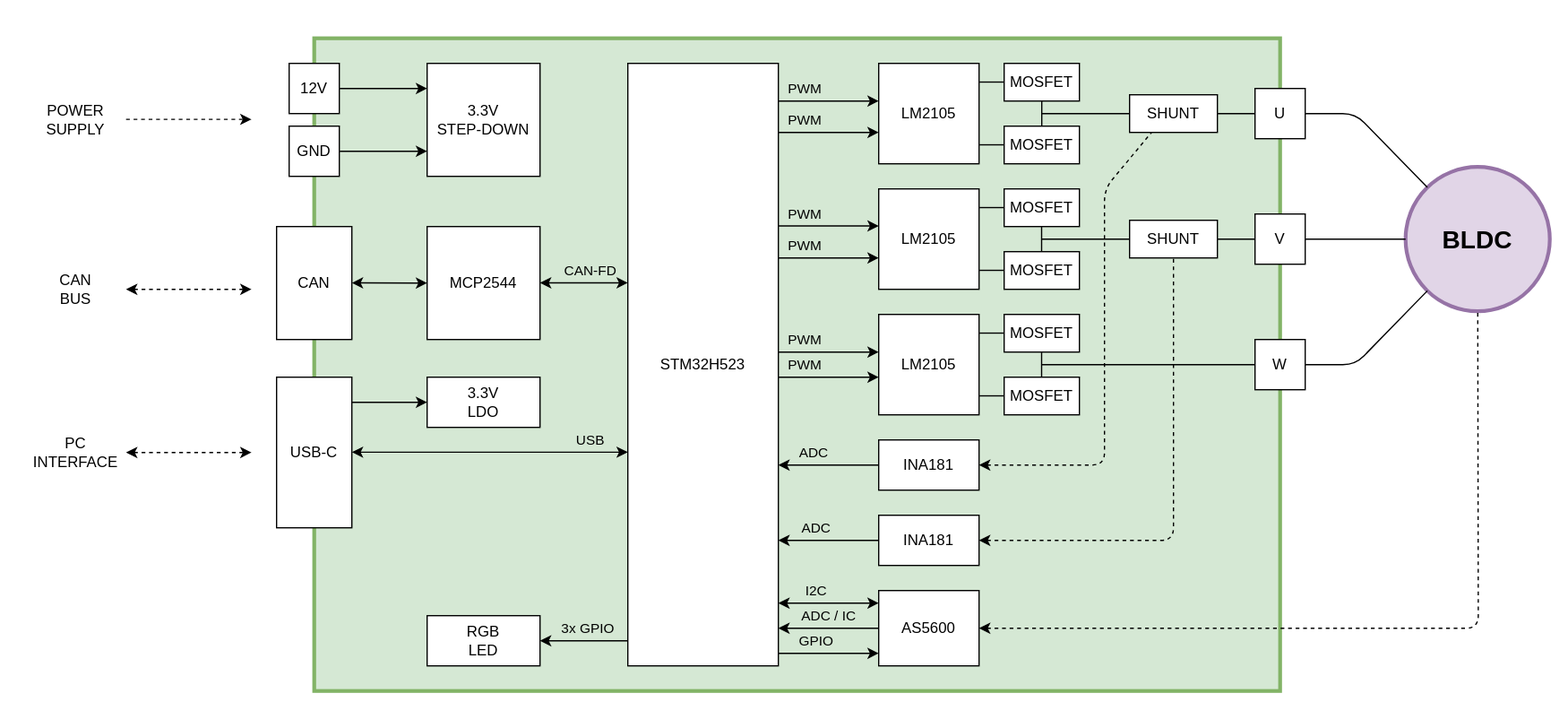
Eryk-Mozdzen/focus keeps this draw.io diagram as docs/overview.drawio.svg. Above is the earlier version. Source tidied: cells renumbered, new cells last; positions are measured from the earlier drawing's top-left corner, leaving out a move shared by most shapes.
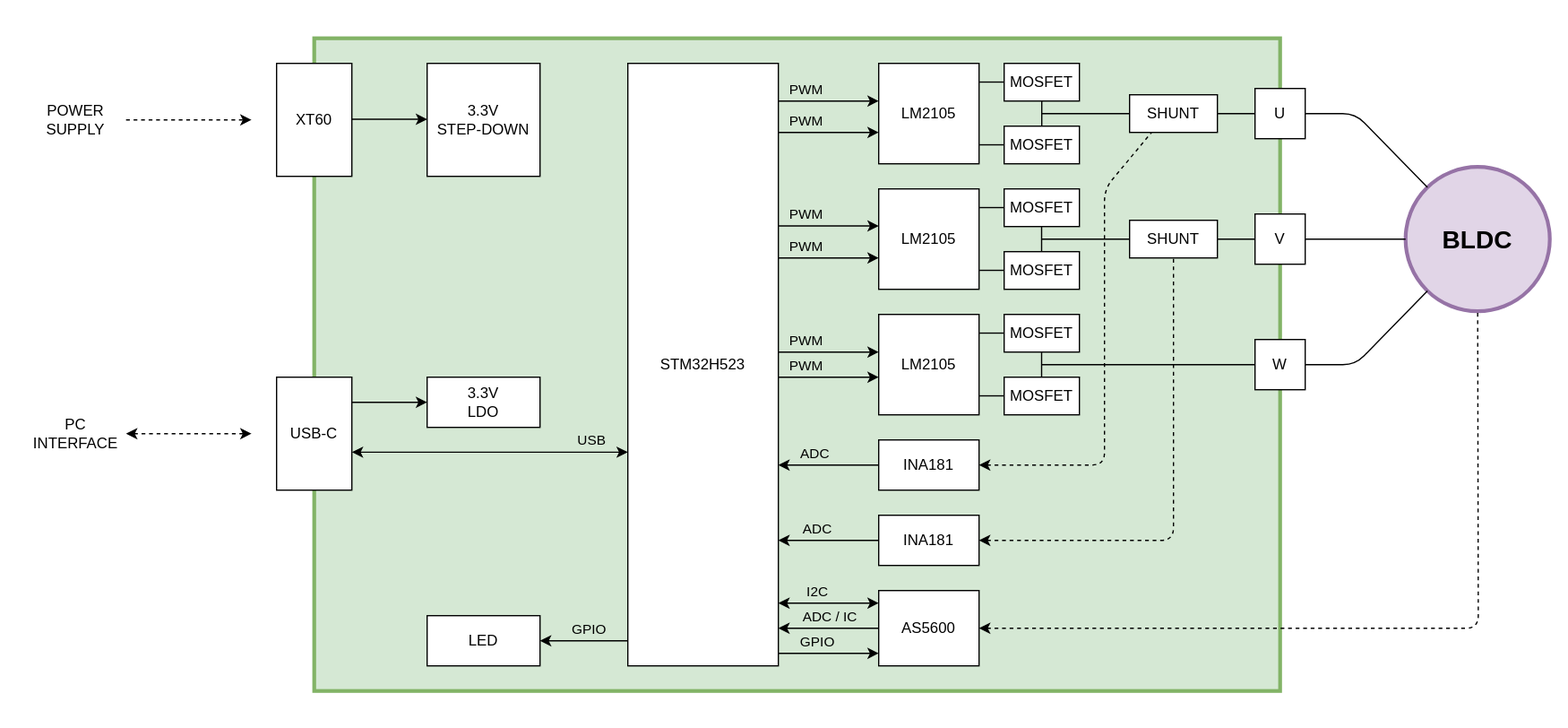
Above is the later version.

What changed in the source:
```diff
@@ -51,20 +51,14 @@
       <mxGeometry x="700" y="410" width="80" height="40" as="geometry" />
     </mxCell>
     <mxCell id="18" value="USB-C" style="rounded=0;whiteSpace=wrap;html=1;" parent="1" vertex="1">
-      <mxGeometry x="220" y="300" width="60" height="120" as="geometry" />
+      <mxGeometry x="220" y="300" width="60" height="90" as="geometry" />
     </mxCell>
-    <mxCell id="19" value="CAN" style="rounded=0;whiteSpace=wrap;html=1;" parent="1" vertex="1">
-      <mxGeometry x="220" y="180" width="60" height="90" as="geometry" />
-    </mxCell>
     <mxCell id="20" value="AS5600" style="rounded=0;whiteSpace=wrap;html=1;" parent="1" vertex="1">
       <mxGeometry x="700" y="470" width="80" height="60" as="geometry" />
     </mxCell>
     <mxCell id="21" value="BLDC" style="ellipse;whiteSpace=wrap;html=1;strokeWidth=3;fillColor=#e1d5e7;strokeColor=#9673a6;fontSize=20;fontStyle=1;" parent="1" vertex="1">
       <mxGeometry x="1120" y="132.5" width="115" height="115" as="geometry" />
     </mxCell>
-    <mxCell id="22" value="MCP2544" style="rounded=0;whiteSpace=wrap;html=1;" parent="1" vertex="1">
-      <mxGeometry x="340" y="180" width="90" height="90" as="geometry" />
-    </mxCell>
     <mxCell id="23" value="3.3V&lt;br&gt;LDO" style="rounded=0;whiteSpace=wrap;html=1;" parent="1" vertex="1">
       <mxGeometry x="340" y="300" width="90" height="40" as="geometry" />
     </mxCell>
@@ -112,13 +106,10 @@
     <mxCell id="33" value="W" style="rounded=0;whiteSpace=wrap;html=1;" parent="1" vertex="1">
       <mxGeometry x="1000" y="270" width="40" height="40" as="geometry" />
     </mxCell>
-    <mxCell id="34" value="12V" style="rounded=0;whiteSpace=wrap;html=1;" parent="1" vertex="1">
-      <mxGeometry x="230" y="50" width="40" height="40" as="geometry" />
+    <mxCell id="34" value="XT60" style="rounded=0;whiteSpace=wrap;html=1;" parent="1" vertex="1">
+      <mxGeometry x="220" y="50" width="60" height="90" as="geometry" />
     </mxCell>
-    <mxCell id="35" value="GND" style="rounded=0;whiteSpace=wrap;html=1;" parent="1" vertex="1">
-      <mxGeometry x="230" y="100" width="40" height="40" as="geometry" />
-    </mxCell>
-    <mxCell id="36" value="RGB&lt;br&gt;LED" style="rounded=0;whiteSpace=wrap;html=1;" parent="1" vertex="1">
+    <mxCell id="36" value="LED" style="rounded=0;whiteSpace=wrap;html=1;" parent="1" vertex="1">
       <mxGeometry x="340" y="490" width="90" height="40" as="geometry" />
     </mxCell>
     <mxCell id="37" style="endArrow=classic;html=1;endFill=1;" parent="1" edge="1">
@@ -208,23 +199,6 @@
         <mxPoint x="800" y="64.9" as="targetPoint" />
       </mxGeometry>
     </mxCell>
-    <mxCell id="52" style="endArrow=classic;startArrow=classic;html=1;" parent="1" edge="1">
-      <mxGeometry relative="1" as="geometry">
-        <mxPoint x="430" y="224.8" as="sourcePoint" />
-        <mxPoint x="500" y="224.8" as="targetPoint" />
-      </mxGeometry>
-    </mxCell>
-    <mxCell id="53" value="CAN-FD" style="edgeLabel;html=1;align=center;verticalAlign=middle;labelBackgroundColor=none;" parent="52" vertex="1">
-      <mxGeometry x="-0.18" y="1" relative="1" as="geometry">
-        <mxPoint x="11" y="-9" as="offset" />
-      </mxGeometry>
-    </mxCell>
-    <mxCell id="54" style="endArrow=classic;startArrow=classic;html=1;" parent="1" edge="1">
-      <mxGeometry relative="1" as="geometry">
-        <mxPoint x="280" y="224.9" as="sourcePoint" />
-        <mxPoint x="340" y="225" as="targetPoint" />
-      </mxGeometry>
-    </mxCell>
     <mxCell id="55" style="endArrow=classic;html=1;startArrow=classic;startFill=1;" parent="1" edge="1">
       <mxGeometry relative="1" as="geometry">
         <mxPoint x="500" y="359.8" as="sourcePoint" />
@@ -241,7 +215,7 @@
         <mxPoint x="500" y="510" as="sourcePoint" />
       </mxGeometry>
     </mxCell>
-    <mxCell id="58" value="3x GPIO" style="edgeLabel;html=1;align=center;verticalAlign=middle;labelBackgroundColor=none;" parent="57" vertex="1">
+    <mxCell id="58" value="GPIO" style="edgeLabel;html=1;align=center;verticalAlign=middle;labelBackgroundColor=none;" parent="57" vertex="1">
       <mxGeometry x="-0.08" relative="1" as="geometry">
         <mxPoint y="-10" as="offset" />
       </mxGeometry>
@@ -363,41 +337,26 @@
     </mxCell>
     <mxCell id="79" style="endArrow=classic;html=1;dashed=1;startArrow=classic;startFill=1;" parent="1" edge="1">
       <mxGeometry relative="1" as="geometry">
-        <mxPoint x="100" y="360" as="sourcePoint" />
-        <mxPoint x="200" y="360" as="targetPoint" />
+        <mxPoint x="100" y="345" as="sourcePoint" />
+        <mxPoint x="200" y="345" as="targetPoint" />
       </mxGeometry>
     </mxCell>
-    <mxCell id="80" style="endArrow=classic;html=1;dashed=1;startArrow=classic;startFill=1;" parent="1" edge="1">
-      <mxGeometry relative="1" as="geometry">
-        <mxPoint x="100" y="230" as="sourcePoint" />
-        <mxPoint x="200" y="230" as="targetPoint" />
-      </mxGeometry>
-    </mxCell>
     <mxCell id="81" style="endArrow=classic;html=1;dashed=1;startArrow=none;startFill=0;" parent="1" edge="1">
       <mxGeometry relative="1" as="geometry">
-        <mxPoint x="100" y="94.6" as="sourcePoint" />
-        <mxPoint x="200" y="94.6" as="targetPoint" />
+        <mxPoint x="100" y="95" as="sourcePoint" />
+        <mxPoint x="200" y="95" as="targetPoint" />
       </mxGeometry>
     </mxCell>
     <mxCell id="82" value="POWER&lt;br&gt;SUPPLY" style="text;html=1;align=center;verticalAlign=middle;whiteSpace=wrap;rounded=0;" parent="1" vertex="1">
       <mxGeometry x="20" y="80" width="80" height="30" as="geometry" />
     </mxCell>
     <mxCell id="83" value="PC&lt;br&gt;INTERFACE" style="text;html=1;align=center;verticalAlign=middle;whiteSpace=wrap;rounded=0;" parent="1" vertex="1">
-      <mxGeometry x="20" y="345" width="80" height="30" as="geometry" />
+      <mxGeometry x="20" y="330" width="80" height="30" as="geometry" />
     </mxCell>
-    <mxCell id="84" value="CAN&lt;br&gt;BUS" style="text;html=1;align=center;verticalAlign=middle;whiteSpace=wrap;rounded=0;" parent="1" vertex="1">
-      <mxGeometry x="20" y="215" width="80" height="30" as="geometry" />
-    </mxCell>
-    <mxCell id="85" style="endArrow=classic;html=1;" parent="1" edge="1">
-      <mxGeometry relative="1" as="geometry">
-        <mxPoint x="270" y="70" as="sourcePoint" />
-        <mxPoint x="340" y="70" as="targetPoint" />
-      </mxGeometry>
-    </mxCell>
-    <mxCell id="86" style="endArrow=classic;html=1;" parent="1" edge="1">
+    <mxCell id="86" style="endArrow=classic;html=1;entryX=0;entryY=0.5;entryDx=0;entryDy=0;" parent="1" edge="1">
       <mxGeometry relative="1" as="geometry">
-        <mxPoint x="270" y="120" as="sourcePoint" />
-        <mxPoint x="340" y="120" as="targetPoint" />
+        <mxPoint x="280" y="94.5" as="sourcePoint" />
+        <mxPoint x="340" y="94.5" as="targetPoint" />
       </mxGeometry>
     </mxCell>
   </root>
```
